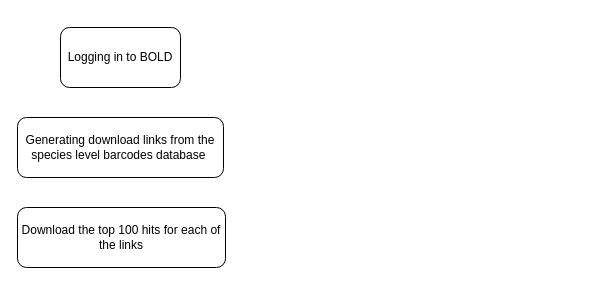
Earlier version of the draw.io diagram how_it_works.drawio (DominikBuchner/BOLDigger2). Source tidied: cells renumbered, new cells numbered last; positions are measured from the earlier drawing's top-left corner, leaving out a move shared by most shapes. Both pictures are drawn from the tidied source at 100%, with x=0, y=0 at pixel (17, 27).
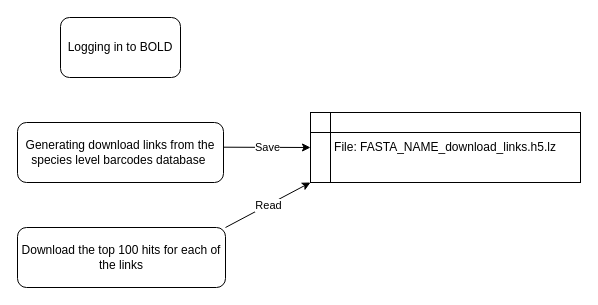
The same page after the edit.

What changed in the source:
```diff
@@
 <mxGraphModel>
   <root>
     <mxCell id="0" />
     <mxCell id="1" parent="0" />
     <mxCell id="2" value="Logging in to BOLD" style="rounded=1;whiteSpace=wrap;html=1;" parent="1" vertex="1">
-      <mxGeometry x="43" width="120" height="60" as="geometry" />
+      <mxGeometry x="43" y="-10" width="120" height="60" as="geometry" />
     </mxCell>
     <mxCell id="3" value="Generating download links from the species level barcodes database&amp;nbsp;" style="rounded=1;whiteSpace=wrap;html=1;" parent="1" vertex="1">
-      <mxGeometry y="90" width="206" height="60" as="geometry" />
+      <mxGeometry y="95" width="206" height="60" as="geometry" />
     </mxCell>
     <mxCell id="4" value="Download the top 100 hits for each of the links" style="rounded=1;whiteSpace=wrap;html=1;" parent="1" vertex="1">
-      <mxGeometry y="180" width="208" height="60" as="geometry" />
+      <mxGeometry y="200" width="208" height="60" as="geometry" />
     </mxCell>
+    <mxCell id="5" value="File: FASTA_NAME_download_links.h5.lz" style="shape=internalStorage;whiteSpace=wrap;html=1;backgroundOutline=1;" parent="1" vertex="1">
+      <mxGeometry x="293" y="85" width="270" height="70" as="geometry" />
+    </mxCell>
+    <mxCell id="6" style="endArrow=classic;html=1;rounded=0;entryX=0;entryY=0.5;entryDx=0;entryDy=0;" parent="1" edge="1" target="5">
+      <mxGeometry relative="1" as="geometry">
+        <mxPoint x="206" y="119.7" as="sourcePoint" />
+      </mxGeometry>
+    </mxCell>
+    <mxCell id="7" value="Save" style="edgeLabel;html=1;align=center;verticalAlign=middle;" parent="6" vertex="1">
+      <mxGeometry relative="1" as="geometry" />
+    </mxCell>
+    <mxCell id="8" style="endArrow=classic;html=1;rounded=0;exitX=1;exitY=0;exitDx=0;exitDy=0;entryX=0;entryY=1;entryDx=0;entryDy=0;" parent="1" edge="1" source="4" target="5">
+      <mxGeometry relative="1" as="geometry" />
+    </mxCell>
+    <mxCell id="9" value="Read" style="edgeLabel;html=1;align=center;verticalAlign=middle;" parent="8" vertex="1">
+      <mxGeometry relative="1" as="geometry" />
+    </mxCell>
   </root>
 </mxGraphModel>
```
